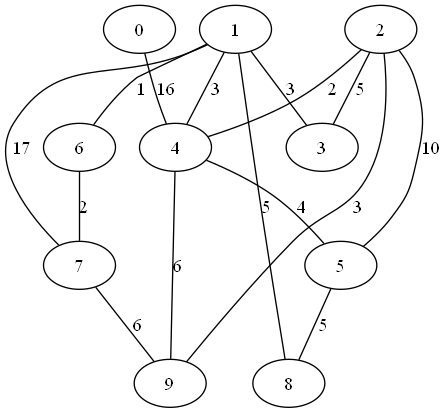
The Graphviz diagram Laba4/graph.png in MaksimL-hu/Sem3-Laba4, before a commit. Its source is kept beside it as Laba4/graph.dot.
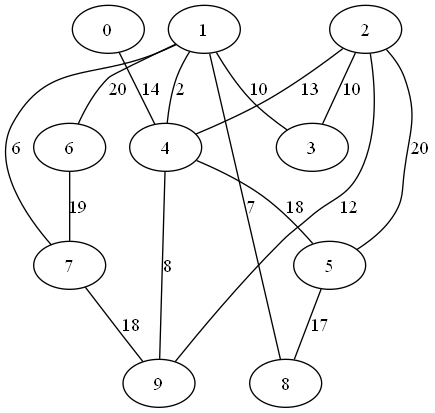
The same diagram one commit later.

The edit, as a diff of the source:
```diff
@@ -1,27 +1,27 @@
 graph G {
   "0";
-  "0" -- "4" [label="16"];
+  "0" -- "4" [label="14"];
   "1";
-  "1" -- "7" [label="17"];
-  "1" -- "4" [label="3"];
-  "1" -- "6" [label="1"];
-  "1" -- "8" [label="5"];
-  "1" -- "3" [label="3"];
+  "1" -- "7" [label="6"];
+  "1" -- "4" [label="2"];
+  "1" -- "6" [label="20"];
+  "1" -- "8" [label="7"];
+  "1" -- "3" [label="10"];
   "2";
-  "2" -- "4" [label="2"];
-  "2" -- "5" [label="10"];
-  "2" -- "3" [label="5"];
-  "2" -- "9" [label="3"];
+  "2" -- "4" [label="13"];
+  "2" -- "5" [label="20"];
+  "2" -- "3" [label="10"];
+  "2" -- "9" [label="12"];
   "3";
   "4";
-  "4" -- "9" [label="6"];
-  "4" -- "5" [label="4"];
+  "4" -- "9" [label="8"];
+  "4" -- "5" [label="18"];
   "5";
-  "5" -- "8" [label="5"];
+  "5" -- "8" [label="17"];
   "6";
-  "6" -- "7" [label="2"];
+  "6" -- "7" [label="19"];
   "7";
-  "7" -- "9" [label="6"];
+  "7" -- "9" [label="18"];
   "8";
   "9";
 }
```
